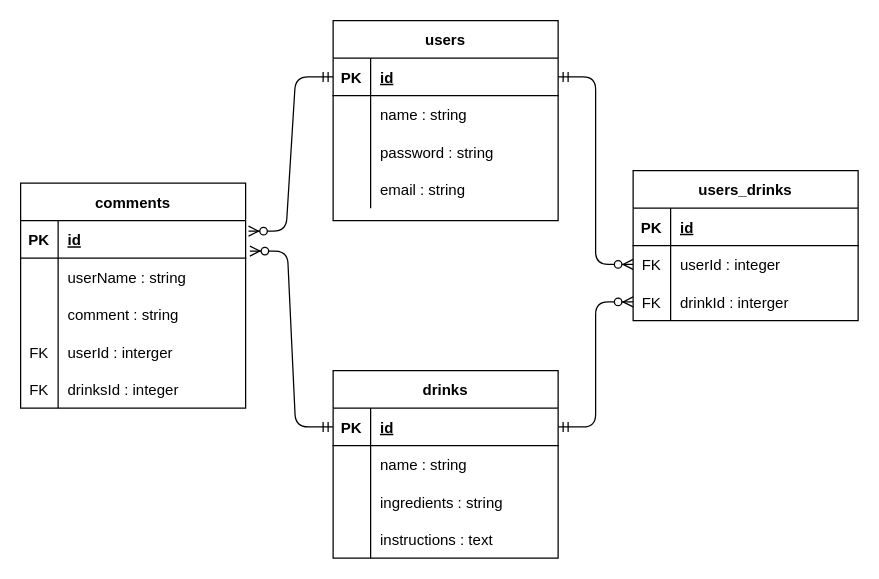
aridpen/project-2 keeps this draw.io diagram as proj2.drawio. Above is the earlier version. Source tidied: cells renumbered, new cells numbered last; positions are measured from the earlier drawing's top-left corner, leaving out a move shared by most shapes. Both pictures are drawn from the tidied source at 125%, with x=0, y=0 at pixel (20, 20).
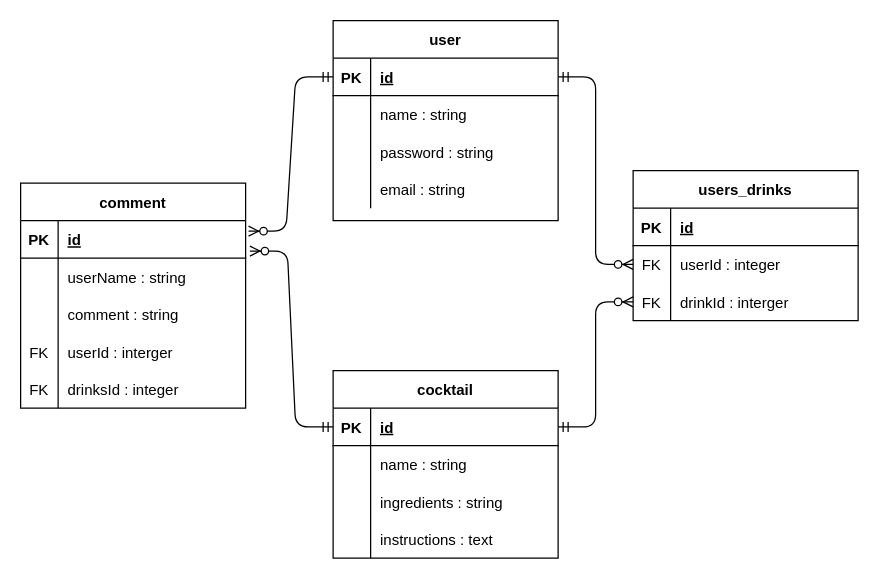
After the change.

Change to the diagram source:
```diff
@@
-    <mxCell id="2" value="drinks" style="shape=table;startSize=30;childLayout=tableLayout;rowLines=0;fontStyle=1;align=center;" parent="1" vertex="1">
+    <mxCell id="2" value="cocktail" style="shape=table;startSize=30;childLayout=tableLayout;rowLines=0;fontStyle=1;align=center;" parent="1" vertex="1">
       <mxGeometry x="250" y="280" width="180" height="150" as="geometry" />
     </mxCell>
@@
-    <mxCell id="15" value="users" style="shape=table;startSize=30;childLayout=tableLayout;rowLines=0;fontStyle=1;align=center;" parent="1" vertex="1">
+    <mxCell id="15" value="user" style="shape=table;startSize=30;childLayout=tableLayout;rowLines=0;fontStyle=1;align=center;" parent="1" vertex="1">
       <mxGeometry x="250" width="180" height="160" as="geometry" />
     </mxCell>
@@
-    <mxCell id="40" value="comments" style="shape=table;startSize=30;childLayout=tableLayout;rowLines=0;fontStyle=1;align=center;" parent="1" vertex="1">
+    <mxCell id="40" value="comment" style="shape=table;startSize=30;childLayout=tableLayout;rowLines=0;fontStyle=1;align=center;" parent="1" vertex="1">
       <mxGeometry y="130" width="180" height="180" as="geometry" />
     </mxCell>
```
